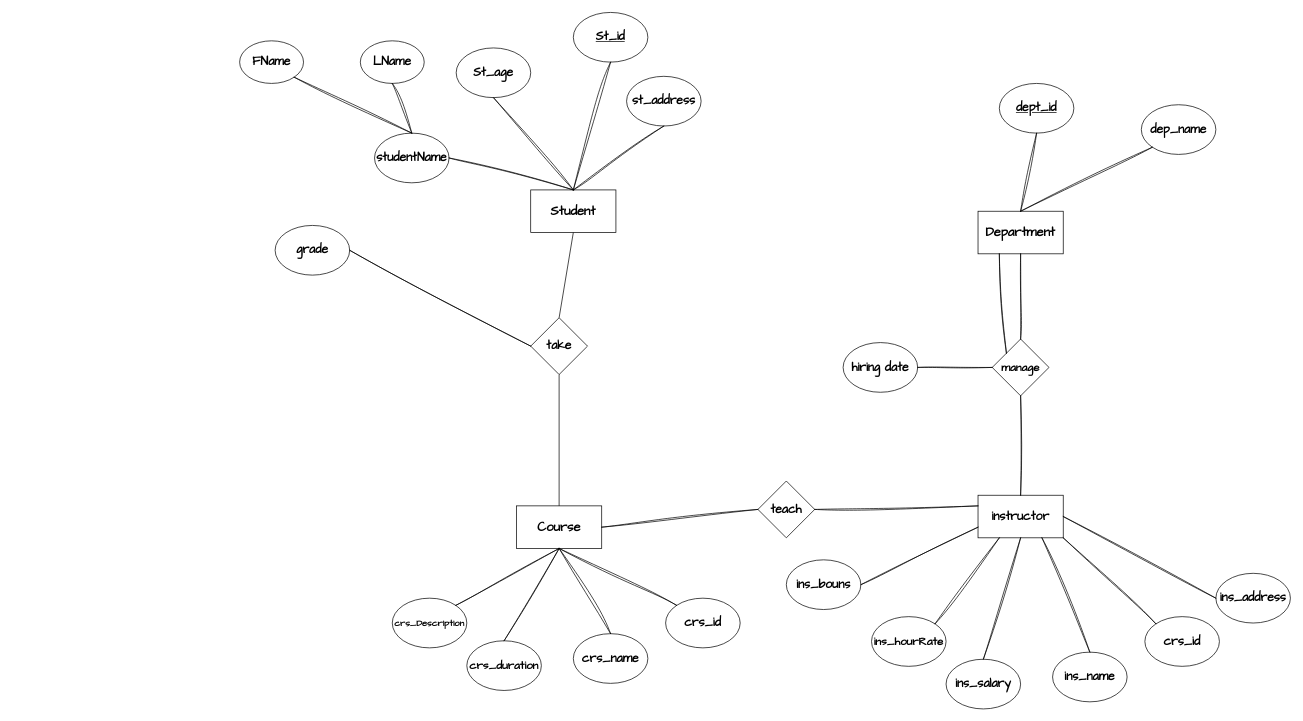
The draw.io diagram Erd1.drawio in you22ef/ERDs, before the edit. Source tidied: cells renumbered, new cells numbered last; positions are measured from the earlier drawing's top-left corner, leaving out a move shared by most shapes. Both pictures are drawn from the tidied source at 71%, with x=0, y=0 at pixel (239, 12).
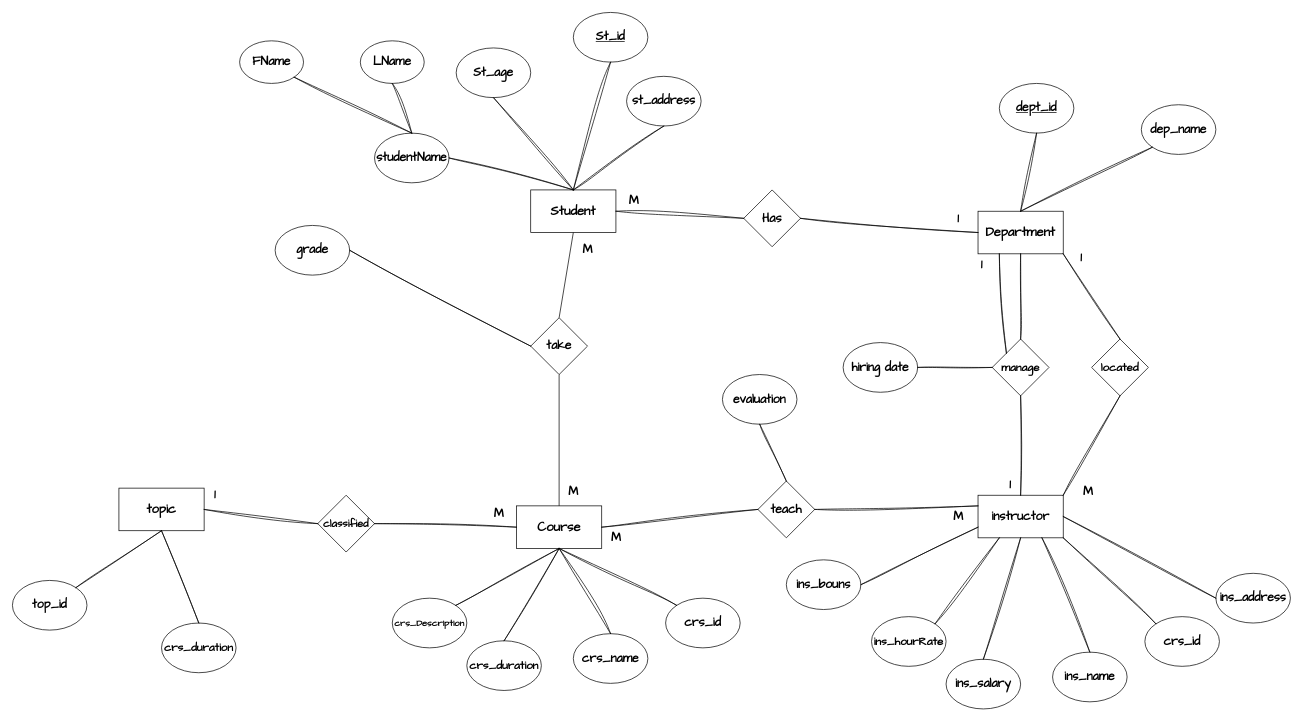
Above is the later version.

The change refers to these unchanged cells:
```xml
<mxCell id="2" value="&lt;font face=&quot;Architects Daughter&quot; style=&quot;font-size: 18px;&quot;&gt;&lt;b&gt;Student&lt;/b&gt;&lt;/font&gt;" style="rounded=0;whiteSpace=wrap;html=1;" parent="1" vertex="1">
  <mxGeometry x="410" y="250" width="120" height="60" as="geometry" />
</mxCell>
<mxCell id="3" value="&lt;font face=&quot;Architects Daughter&quot; style=&quot;font-size: 18px;&quot;&gt;&lt;b&gt;Department&lt;/b&gt;&lt;/font&gt;" style="rounded=0;whiteSpace=wrap;html=1;" parent="1" vertex="1">
  <mxGeometry x="1040" y="280" width="120" height="60" as="geometry" />
</mxCell>
<mxCell id="20" value="&lt;font face=&quot;Architects Daughter&quot; style=&quot;font-size: 18px;&quot;&gt;&lt;b&gt;Course&lt;/b&gt;&lt;/font&gt;" style="rounded=0;whiteSpace=wrap;html=1;" parent="1" vertex="1">
  <mxGeometry x="390" y="695" width="120" height="60" as="geometry" />
</mxCell>
<mxCell id="34" value="&lt;font face=&quot;Architects Daughter&quot; style=&quot;font-size: 17px;&quot;&gt;&lt;b&gt;instructor&lt;/b&gt;&lt;/font&gt;" style="rounded=0;whiteSpace=wrap;html=1;" parent="1" vertex="1">
  <mxGeometry x="1040" y="680" width="120" height="60" as="geometry" />
</mxCell>
<mxCell id="53" value="&lt;font face=&quot;Architects Daughter&quot; style=&quot;font-size: 17px;&quot;&gt;&lt;b&gt;teach&lt;/b&gt;&lt;/font&gt;" style="rhombus;whiteSpace=wrap;html=1;" parent="1" vertex="1">
  <mxGeometry x="730" y="660" width="80" height="80" as="geometry" />
</mxCell>
```

The edit, as a diff of the source:
```diff
@@
+    <mxCell id="56" value="&lt;font face=&quot;Architects Daughter&quot; style=&quot;font-size: 18px;&quot;&gt;&lt;b&gt;topic&lt;/b&gt;&lt;/font&gt;" style="rounded=0;whiteSpace=wrap;html=1;" parent="1" vertex="1">
+      <mxGeometry x="-170" y="670" width="120" height="60" as="geometry" />
+    </mxCell>
+    <mxCell id="57" value="&lt;span id=&quot;docs-internal-guid-2c935f62-7fff-73f3-4a3a-77eb24b86415&quot;&gt;&lt;span style=&quot;background-color: transparent; font-variant-numeric: normal; font-variant-east-asian: normal; font-variant-alternates: normal; font-variant-position: normal; vertical-align: baseline; white-space-collapse: preserve;&quot;&gt;&lt;font size=&quot;1&quot; face=&quot;Architects Daughter&quot; style=&quot;&quot;&gt;&lt;b style=&quot;font-size: 16px;&quot;&gt;crs_duration&lt;/b&gt;&lt;/font&gt;&lt;/span&gt;&lt;/span&gt;" style="ellipse;whiteSpace=wrap;html=1;" parent="1" vertex="1">
+      <mxGeometry x="-110" y="860" width="105" height="70" as="geometry" />
+    </mxCell>
+    <mxCell id="58" value="&lt;span id=&quot;docs-internal-guid-dbc2118c-7fff-fab5-85fc-dde1d70e0203&quot;&gt;&lt;span style=&quot;background-color: transparent; font-variant-numeric: normal; font-variant-east-asian: normal; font-variant-alternates: normal; font-variant-position: normal; vertical-align: baseline; white-space-collapse: preserve;&quot;&gt;&lt;font face=&quot;Architects Daughter&quot; style=&quot;font-size: 17px;&quot;&gt;&lt;b&gt;top_id&lt;/b&gt;&lt;/font&gt;&lt;/span&gt;&lt;/span&gt;" style="ellipse;whiteSpace=wrap;html=1;" parent="1" vertex="1">
+      <mxGeometry x="-320" y="800" width="105" height="70" as="geometry" />
+    </mxCell>
+    <mxCell id="59" style="endArrow=none;html=1;rounded=0;exitX=0.5;exitY=1;exitDx=0;exitDy=0;entryX=0.5;entryY=0;entryDx=0;entryDy=0;sketch=1;curveFitting=1;jiggle=2;" parent="1" edge="1" source="56" target="57">
+      <mxGeometry relative="1" as="geometry" />
+    </mxCell>
+    <mxCell id="60" style="endArrow=none;html=1;rounded=0;entryX=0.5;entryY=1;entryDx=0;entryDy=0;exitX=1;exitY=0;exitDx=0;exitDy=0;sketch=1;curveFitting=1;jiggle=2;" parent="1" edge="1" source="58" target="56">
+      <mxGeometry relative="1" as="geometry" />
+    </mxCell>
+    <mxCell id="61" value="&lt;font size=&quot;1&quot; face=&quot;Architects Daughter&quot; style=&quot;&quot;&gt;&lt;b style=&quot;font-size: 15px;&quot;&gt;classified&lt;/b&gt;&lt;/font&gt;" style="rhombus;whiteSpace=wrap;html=1;" parent="1" vertex="1">
+      <mxGeometry x="110" y="680" width="80" height="80" as="geometry" />
+    </mxCell>
+    <mxCell id="62" style="endArrow=none;html=1;rounded=0;entryX=0;entryY=0.5;entryDx=0;entryDy=0;exitX=1;exitY=0.5;exitDx=0;exitDy=0;sketch=1;curveFitting=1;jiggle=2;" parent="1" edge="1" source="61" target="20">
+      <mxGeometry relative="1" as="geometry" />
+    </mxCell>
+    <mxCell id="63" style="endArrow=none;html=1;rounded=0;exitX=1;exitY=0.5;exitDx=0;exitDy=0;entryX=0;entryY=0.5;entryDx=0;entryDy=0;sketch=1;curveFitting=1;jiggle=2;" parent="1" edge="1" source="56" target="61">
+      <mxGeometry relative="1" as="geometry" />
+    </mxCell>
+    <mxCell id="64" value="&lt;font size=&quot;1&quot; style=&quot;&quot; face=&quot;Architects Daughter&quot;&gt;&lt;b style=&quot;font-size: 17px;&quot;&gt;M&lt;/b&gt;&lt;/font&gt;" style="text;html=1;align=center;verticalAlign=middle;strokeColor=none;fillColor=none;" parent="1" vertex="1">
+      <mxGeometry x="470" y="320" width="40" height="30" as="geometry" />
+    </mxCell>
+    <mxCell id="65" value="&lt;font size=&quot;1&quot; style=&quot;&quot; face=&quot;Architects Daughter&quot;&gt;&lt;b style=&quot;font-size: 17px;&quot;&gt;M&lt;/b&gt;&lt;/font&gt;" style="text;html=1;align=center;verticalAlign=middle;strokeColor=none;fillColor=none;" parent="1" vertex="1">
+      <mxGeometry x="450" y="660" width="40" height="30" as="geometry" />
+    </mxCell>
+    <mxCell id="66" value="&lt;font size=&quot;1&quot; style=&quot;&quot; face=&quot;Architects Daughter&quot;&gt;&lt;b style=&quot;font-size: 17px;&quot;&gt;1&lt;/b&gt;&lt;/font&gt;" style="text;html=1;align=center;verticalAlign=middle;strokeColor=none;fillColor=none;" parent="1" vertex="1">
+      <mxGeometry x="1070" y="650" width="30" height="30" as="geometry" />
+    </mxCell>
+    <mxCell id="67" value="&lt;font size=&quot;1&quot; style=&quot;&quot; face=&quot;Architects Daughter&quot;&gt;&lt;b style=&quot;font-size: 17px;&quot;&gt;1&lt;/b&gt;&lt;/font&gt;" style="text;html=1;align=center;verticalAlign=middle;strokeColor=none;fillColor=none;" parent="1" vertex="1">
+      <mxGeometry x="1030" y="340" width="30" height="30" as="geometry" />
+    </mxCell>
+    <mxCell id="68" value="&lt;font face=&quot;Architects Daughter&quot;&gt;&lt;span style=&quot;font-size: 16px;&quot;&gt;&lt;b&gt;located&lt;/b&gt;&lt;/span&gt;&lt;/font&gt;" style="rhombus;whiteSpace=wrap;html=1;" parent="1" vertex="1">
+      <mxGeometry x="1200" y="460" width="80" height="80" as="geometry" />
+    </mxCell>
+    <mxCell id="69" style="endArrow=none;html=1;rounded=0;entryX=0.5;entryY=1;entryDx=0;entryDy=0;exitX=1;exitY=0;exitDx=0;exitDy=0;sketch=1;curveFitting=1;jiggle=2;" parent="1" edge="1" source="34" target="68">
+      <mxGeometry relative="1" as="geometry" />
+    </mxCell>
+    <mxCell id="70" style="endArrow=none;html=1;rounded=0;entryX=1;entryY=1;entryDx=0;entryDy=0;exitX=0.5;exitY=0;exitDx=0;exitDy=0;sketch=1;curveFitting=1;jiggle=2;" parent="1" edge="1" source="68" target="3">
+      <mxGeometry relative="1" as="geometry" />
+    </mxCell>
+    <mxCell id="71" value="&lt;font size=&quot;1&quot; style=&quot;&quot; face=&quot;Architects Daughter&quot;&gt;&lt;b style=&quot;font-size: 17px;&quot;&gt;M&lt;/b&gt;&lt;/font&gt;" style="text;html=1;align=center;verticalAlign=middle;strokeColor=none;fillColor=none;" parent="1" vertex="1">
+      <mxGeometry x="1175" y="660" width="40" height="30" as="geometry" />
+    </mxCell>
+    <mxCell id="72" value="&lt;font size=&quot;1&quot; style=&quot;&quot; face=&quot;Architects Daughter&quot;&gt;&lt;b style=&quot;font-size: 17px;&quot;&gt;1&lt;/b&gt;&lt;/font&gt;" style="text;html=1;align=center;verticalAlign=middle;strokeColor=none;fillColor=none;" parent="1" vertex="1">
+      <mxGeometry x="1170" y="330" width="30" height="30" as="geometry" />
+    </mxCell>
+    <mxCell id="73" value="&lt;span id=&quot;docs-internal-guid-887ece5b-7fff-2531-cd6d-e7d68904abee&quot;&gt;&lt;span style=&quot;background-color: transparent; font-variant-numeric: normal; font-variant-east-asian: normal; font-variant-alternates: normal; font-variant-position: normal; vertical-align: baseline; white-space-collapse: preserve;&quot;&gt;&lt;font face=&quot;Architects Daughter&quot; style=&quot;font-size: 17px;&quot;&gt;&lt;b&gt;evaluation&lt;/b&gt;&lt;/font&gt;&lt;/span&gt;&lt;/span&gt;" style="ellipse;whiteSpace=wrap;html=1;" parent="1" vertex="1">
+      <mxGeometry x="680" y="510" width="105" height="70" as="geometry" />
+    </mxCell>
+    <mxCell id="74" style="endArrow=none;html=1;rounded=0;exitX=0.5;exitY=1;exitDx=0;exitDy=0;entryX=0.5;entryY=0;entryDx=0;entryDy=0;sketch=1;curveFitting=1;jiggle=2;" parent="1" edge="1" source="73" target="53">
+      <mxGeometry relative="1" as="geometry" />
+    </mxCell>
+    <mxCell id="75" value="&lt;font size=&quot;1&quot; style=&quot;&quot; face=&quot;Architects Daughter&quot;&gt;&lt;b style=&quot;font-size: 17px;&quot;&gt;M&lt;/b&gt;&lt;/font&gt;" style="text;html=1;align=center;verticalAlign=middle;strokeColor=none;fillColor=none;" parent="1" vertex="1">
+      <mxGeometry x="510" y="725" width="40" height="30" as="geometry" />
+    </mxCell>
+    <mxCell id="76" value="&lt;font size=&quot;1&quot; style=&quot;&quot; face=&quot;Architects Daughter&quot;&gt;&lt;b style=&quot;font-size: 17px;&quot;&gt;M&lt;/b&gt;&lt;/font&gt;" style="text;html=1;align=center;verticalAlign=middle;strokeColor=none;fillColor=none;" parent="1" vertex="1">
+      <mxGeometry x="992" y="695" width="40" height="30" as="geometry" />
+    </mxCell>
+    <mxCell id="77" value="&lt;font size=&quot;1&quot; style=&quot;&quot; face=&quot;Architects Daughter&quot;&gt;&lt;b style=&quot;font-size: 17px;&quot;&gt;1&lt;/b&gt;&lt;/font&gt;" style="text;html=1;align=center;verticalAlign=middle;strokeColor=none;fillColor=none;" parent="1" vertex="1">
+      <mxGeometry x="-50" y="665" width="30" height="30" as="geometry" />
+    </mxCell>
+    <mxCell id="78" value="&lt;font size=&quot;1&quot; style=&quot;&quot; face=&quot;Architects Daughter&quot;&gt;&lt;b style=&quot;font-size: 17px;&quot;&gt;M&lt;/b&gt;&lt;/font&gt;" style="text;html=1;align=center;verticalAlign=middle;strokeColor=none;fillColor=none;" parent="1" vertex="1">
+      <mxGeometry x="345" y="691" width="40" height="30" as="geometry" />
+    </mxCell>
+    <mxCell id="79" value="&lt;font face=&quot;Architects Daughter&quot; style=&quot;font-size: 17px;&quot;&gt;&lt;b&gt;Has&lt;/b&gt;&lt;/font&gt;" style="rhombus;whiteSpace=wrap;html=1;" parent="1" vertex="1">
+      <mxGeometry x="710" y="250" width="80" height="80" as="geometry" />
+    </mxCell>
+    <mxCell id="80" style="endArrow=none;html=1;rounded=0;entryX=0;entryY=0.5;entryDx=0;entryDy=0;exitX=1;exitY=0.5;exitDx=0;exitDy=0;sketch=1;curveFitting=1;jiggle=2;" parent="1" edge="1" source="2" target="79">
+      <mxGeometry relative="1" as="geometry" />
+    </mxCell>
+    <mxCell id="81" style="endArrow=none;html=1;rounded=0;entryX=0;entryY=0.5;entryDx=0;entryDy=0;exitX=1;exitY=0.5;exitDx=0;exitDy=0;sketch=1;curveFitting=1;jiggle=2;" parent="1" edge="1" source="79" target="3">
+      <mxGeometry relative="1" as="geometry" />
+    </mxCell>
+    <mxCell id="82" value="&lt;font size=&quot;1&quot; style=&quot;&quot; face=&quot;Architects Daughter&quot;&gt;&lt;b style=&quot;font-size: 17px;&quot;&gt;M&lt;/b&gt;&lt;/font&gt;" style="text;html=1;align=center;verticalAlign=middle;strokeColor=none;fillColor=none;" parent="1" vertex="1">
+      <mxGeometry x="535" y="250" width="40" height="30" as="geometry" />
+    </mxCell>
+    <mxCell id="83" value="&lt;font size=&quot;1&quot; style=&quot;&quot; face=&quot;Architects Daughter&quot;&gt;&lt;b style=&quot;font-size: 17px;&quot;&gt;1&lt;/b&gt;&lt;/font&gt;" style="text;html=1;align=center;verticalAlign=middle;strokeColor=none;fillColor=none;" parent="1" vertex="1">
+      <mxGeometry x="997" y="275" width="30" height="30" as="geometry" />
+    </mxCell>
```
